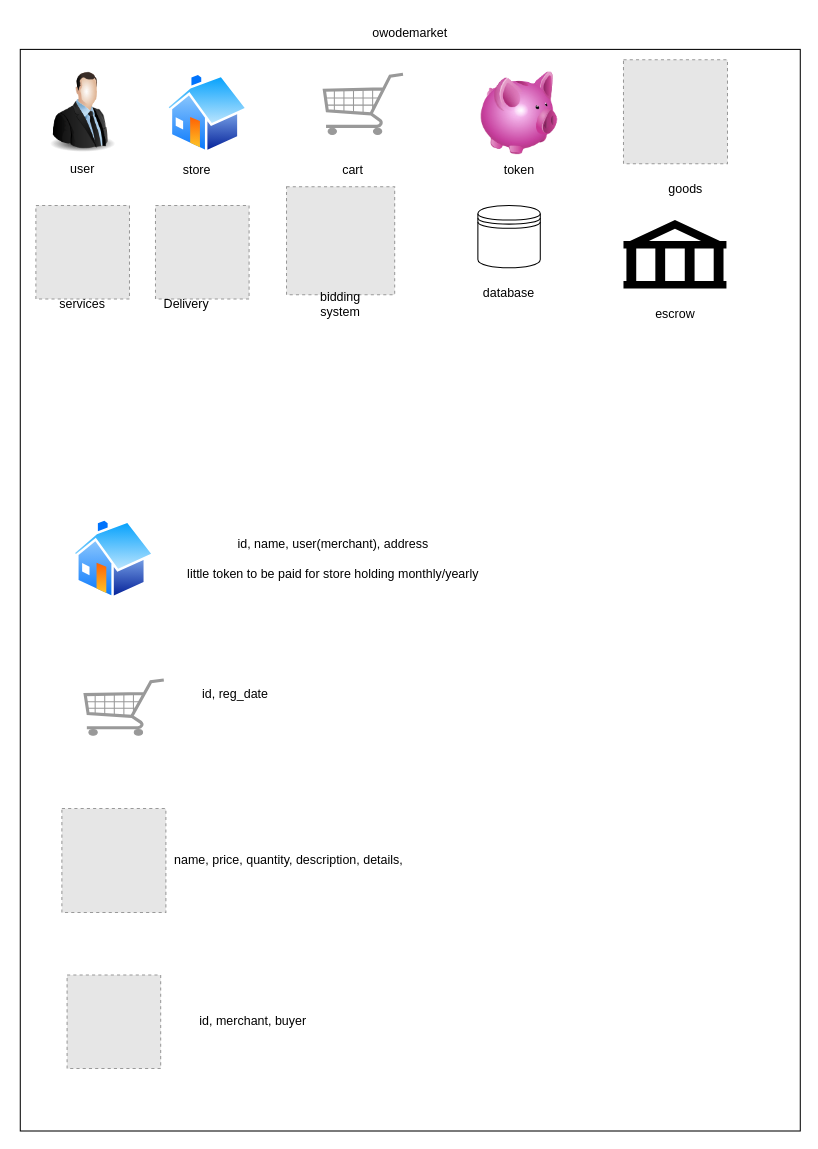
Above: owodemarket_diagram.drawio in odu-11111111/owodemarket (draw.io), before the change. Source tidied: cells renumbered, new cells numbered last; positions are measured from the earlier drawing's top-left corner, leaving out a move shared by most shapes. Both pictures are drawn from the tidied source at 104%, with x=0, y=0 at pixel (18, 18). Pictures stored in the file or linked from it are replaced by grey dashed boxes.
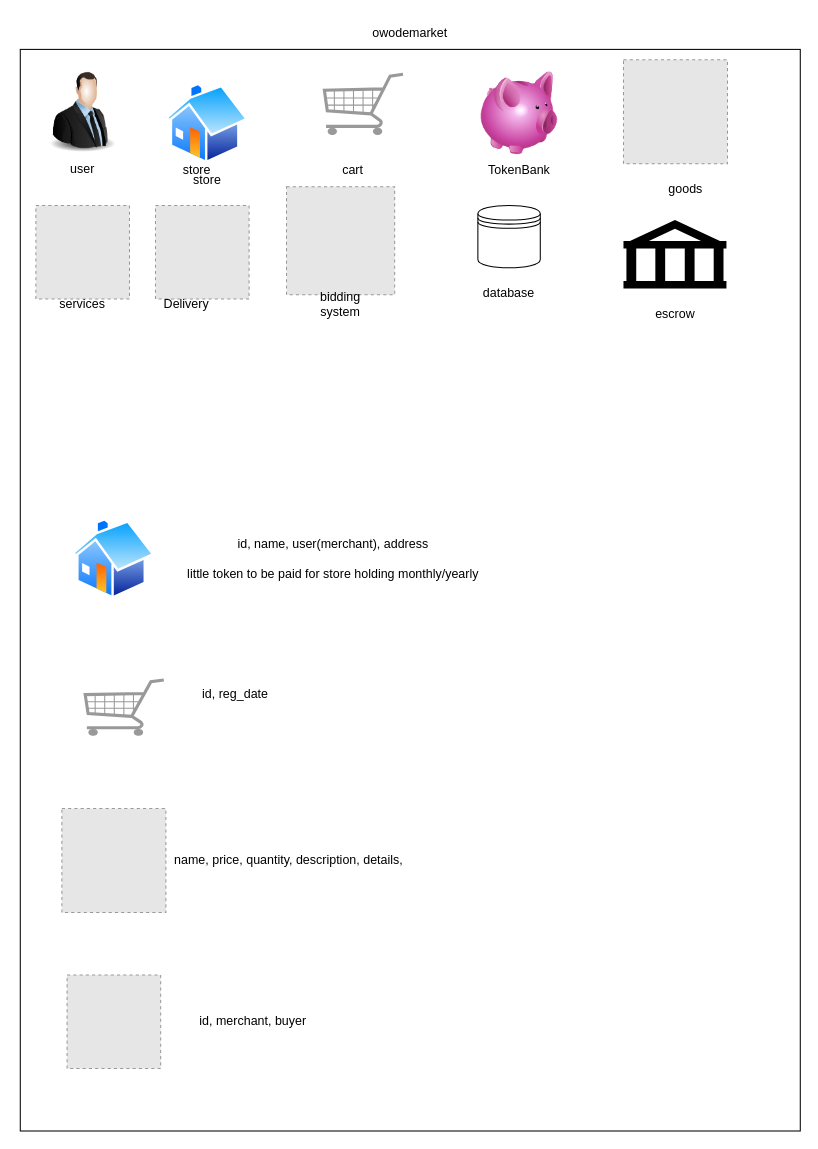
Above is the later version.

Change to the diagram source:
```diff
@@
     <mxCell id="5" style="perimeter=ellipsePerimeter;html=1;align=center;shadow=0;dashed=0;spacingTop=3;image;image=img/lib/active_directory/home.svg;" parent="1" vertex="1">
-      <mxGeometry x="142" y="52.4" width="80" height="77.6" as="geometry" />
+      <mxGeometry x="142" y="62.4" width="80" height="77.6" as="geometry" />
     </mxCell>
@@
-    <mxCell id="13" value="token" style="text;html=1;strokeColor=none;fillColor=none;align=center;verticalAlign=middle;whiteSpace=wrap;rounded=0;" parent="1" vertex="1">
+    <mxCell id="13" value="TokenBank" style="text;html=1;strokeColor=none;fillColor=none;align=center;verticalAlign=middle;whiteSpace=wrap;rounded=0;" parent="1" vertex="1">
       <mxGeometry x="452" y="131.2" width="60" height="30" as="geometry" />
     </mxCell>
@@
+    <mxCell id="32" value="store" style="text;html=1;strokeColor=none;fillColor=none;align=center;verticalAlign=middle;whiteSpace=wrap;rounded=0;" parent="1" vertex="1">
+      <mxGeometry x="152" y="141" width="60" height="30" as="geometry" />
+    </mxCell>
```
